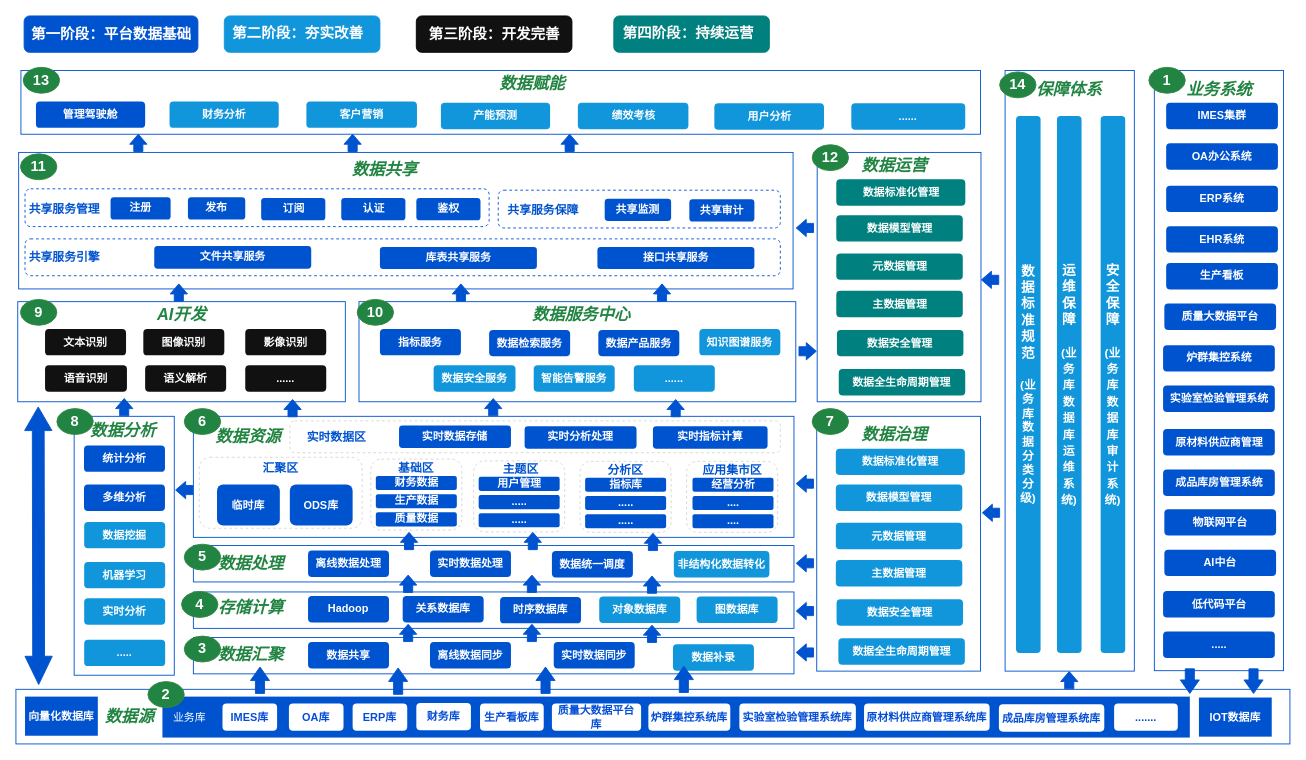
The draw.io diagram 数据.drawio in Niujieheng/GitHub_june, before the edit. Source tidied: cells renumbered, new cells numbered last; positions are measured from the earlier drawing's top-left corner, leaving out a move shared by most shapes. Both pictures are drawn from the tidied source at 91%, with x=0, y=0 at pixel (15, 15).
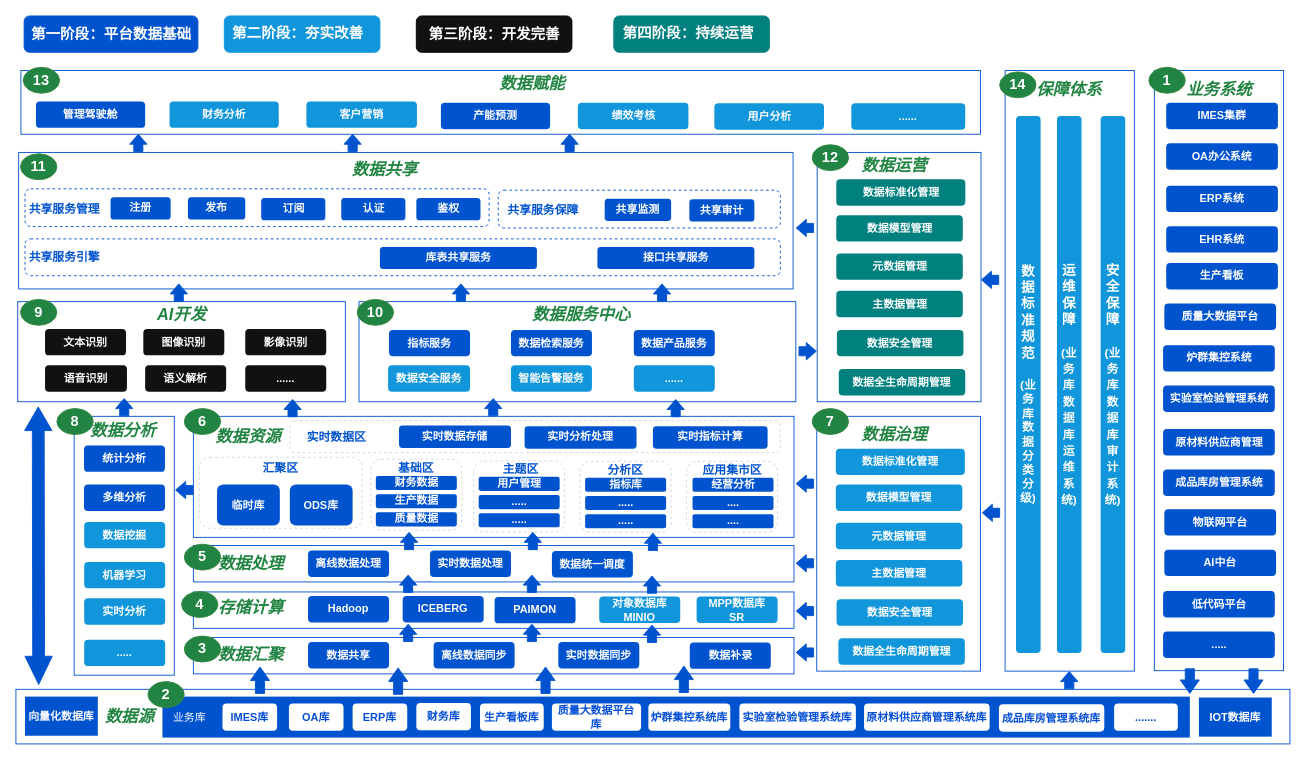
After the change.

What changed in the source:
```diff
@@
     <mxCell id="28" value="&lt;b style=&quot;color: rgb(255, 255, 255);&quot;&gt;离线数据同步&lt;/b&gt;" style="text;html=1;whiteSpace=wrap;strokeColor=none;fillColor=light-dark(#0053cf, #ededed);align=center;verticalAlign=middle;rounded=1;" parent="1" vertex="1">
-      <mxGeometry x="455" y="688" width="89" height="29" as="geometry" />
+      <mxGeometry x="459" y="688" width="89" height="29" as="geometry" />
     </mxCell>
     <mxCell id="29" value="&lt;font color=&quot;#ffffff&quot;&gt;&lt;b&gt;实时数据同步&lt;/b&gt;&lt;/font&gt;" style="text;html=1;whiteSpace=wrap;strokeColor=none;fillColor=light-dark(#0053cf, #ededed);align=center;verticalAlign=middle;rounded=1;" parent="1" vertex="1">
-      <mxGeometry x="591" y="688" width="89" height="29" as="geometry" />
+      <mxGeometry x="596" y="688" width="89" height="29" as="geometry" />
     </mxCell>
-    <mxCell id="30" value="&lt;font color=&quot;#ffffff&quot;&gt;&lt;b&gt;数据补录&lt;/b&gt;&lt;/font&gt;" style="text;html=1;whiteSpace=wrap;strokeColor=none;fillColor=light-dark(#1196db, #ededed);align=center;verticalAlign=middle;rounded=1;" parent="1" vertex="1">
-      <mxGeometry x="722" y="690.5" width="89" height="29" as="geometry" />
-    </mxCell>
@@
-    <mxCell id="34" value="&lt;b style=&quot;color: rgb(255, 255, 255);&quot;&gt;关系数据库&lt;/b&gt;" style="text;html=1;whiteSpace=wrap;strokeColor=none;fillColor=light-dark(#0053cf, #ededed);align=center;verticalAlign=middle;rounded=1;" parent="1" vertex="1">
+    <mxCell id="34" value="&lt;b style=&quot;color: rgb(255, 255, 255);&quot;&gt;ICEBERG&lt;/b&gt;" style="text;html=1;whiteSpace=wrap;strokeColor=none;fillColor=light-dark(#0053cf, #ededed);align=center;verticalAlign=middle;rounded=1;" parent="1" vertex="1">
       <mxGeometry x="425" y="637.5" width="89" height="29" as="geometry" />
     </mxCell>
-    <mxCell id="35" value="&lt;font color=&quot;#ffffff&quot;&gt;&lt;b&gt;时序数据库&lt;/b&gt;&lt;/font&gt;" style="text;html=1;whiteSpace=wrap;strokeColor=none;fillColor=light-dark(#0053cf, #ededed);align=center;verticalAlign=middle;rounded=1;" parent="1" vertex="1">
-      <mxGeometry x="532" y="638.5" width="89" height="29" as="geometry" />
-    </mxCell>
-    <mxCell id="36" value="&lt;font color=&quot;#ffffff&quot;&gt;&lt;b&gt;对象数据库&lt;/b&gt;&lt;/font&gt;" style="text;html=1;whiteSpace=wrap;strokeColor=none;fillColor=light-dark(#1196db, #ededed);align=center;verticalAlign=middle;rounded=1;" parent="1" vertex="1">
+    <mxCell id="36" value="&lt;font color=&quot;#ffffff&quot;&gt;&lt;b&gt;对象数据库MINIO&lt;/b&gt;&lt;/font&gt;" style="text;html=1;whiteSpace=wrap;strokeColor=none;fillColor=light-dark(#1196db, #ededed);align=center;verticalAlign=middle;rounded=1;" parent="1" vertex="1">
       <mxGeometry x="641" y="638" width="89" height="29" as="geometry" />
     </mxCell>
-    <mxCell id="37" value="&lt;font color=&quot;#ffffff&quot;&gt;&lt;b&gt;图数据库&lt;/b&gt;&lt;/font&gt;" style="text;html=1;whiteSpace=wrap;strokeColor=none;fillColor=light-dark(#1196db, #ededed);align=center;verticalAlign=middle;rounded=1;" parent="1" vertex="1">
+    <mxCell id="37" value="&lt;font color=&quot;#ffffff&quot;&gt;&lt;b&gt;MPP数据库&lt;/b&gt;&lt;/font&gt;&lt;div&gt;&lt;font color=&quot;#ffffff&quot;&gt;&lt;b&gt;SR&lt;/b&gt;&lt;/font&gt;&lt;/div&gt;" style="text;html=1;whiteSpace=wrap;strokeColor=none;fillColor=light-dark(#1196db, #ededed);align=center;verticalAlign=middle;rounded=1;" parent="1" vertex="1">
       <mxGeometry x="748" y="638" width="89" height="29" as="geometry" />
     </mxCell>
@@
-    <mxCell id="42" value="&lt;font color=&quot;#ffffff&quot;&gt;&lt;b&gt;非结构化数据转化&lt;/b&gt;&lt;/font&gt;" style="text;html=1;whiteSpace=wrap;strokeColor=none;fillColor=light-dark(#1196db, #ededed);align=center;verticalAlign=middle;rounded=1;" parent="1" vertex="1">
-      <mxGeometry x="723" y="588" width="105" height="29" as="geometry" />
-    </mxCell>
@@
     <mxCell id="70" value="&lt;font style=&quot;color: light-dark(rgb(255, 255, 255), rgb(237, 237, 237));&quot;&gt;&lt;b style=&quot;&quot;&gt;指标服务&lt;/b&gt;&lt;/font&gt;" style="text;html=1;whiteSpace=wrap;strokeColor=none;fillColor=light-dark(#0053cf, #ededed);align=center;verticalAlign=middle;rounded=1;" parent="1" vertex="1">
-      <mxGeometry x="400" y="344" width="89" height="29" as="geometry" />
+      <mxGeometry x="410" y="345" width="89" height="29" as="geometry" />
     </mxCell>
-    <mxCell id="71" value="&lt;b style=&quot;color: rgb(255, 255, 255);&quot;&gt;知识图谱服务&lt;/b&gt;" style="text;html=1;whiteSpace=wrap;strokeColor=none;fillColor=light-dark(#1196db, #ededed);align=center;verticalAlign=middle;rounded=1;" parent="1" vertex="1">
-      <mxGeometry x="751" y="344" width="89" height="29" as="geometry" />
-    </mxCell>
     <mxCell id="72" value="&lt;font color=&quot;#ffffff&quot;&gt;&lt;b&gt;数据安全服务&lt;/b&gt;&lt;/font&gt;" style="text;html=1;whiteSpace=wrap;strokeColor=none;fillColor=light-dark(#1196db, #ededed);align=center;verticalAlign=middle;rounded=1;" parent="1" vertex="1">
-      <mxGeometry x="459" y="384" width="90" height="29" as="geometry" />
+      <mxGeometry x="409" y="384" width="90" height="29" as="geometry" />
     </mxCell>
     <mxCell id="73" value="&lt;font color=&quot;#ffffff&quot;&gt;&lt;b&gt;智能告警服务&lt;/b&gt;&lt;/font&gt;" style="text;html=1;whiteSpace=wrap;strokeColor=none;fillColor=light-dark(#1196db, #ededed);align=center;verticalAlign=middle;rounded=1;" parent="1" vertex="1">
-      <mxGeometry x="569" y="384" width="89" height="29" as="geometry" />
+      <mxGeometry x="544" y="384" width="89" height="29" as="geometry" />
     </mxCell>
     <mxCell id="74" value="&lt;b style=&quot;color: rgb(255, 255, 255);&quot;&gt;数据检索服务&lt;/b&gt;" style="text;html=1;whiteSpace=wrap;strokeColor=none;fillColor=light-dark(#0053cf, #ededed);align=center;verticalAlign=middle;rounded=1;" parent="1" vertex="1">
-      <mxGeometry x="520" y="345" width="89" height="29" as="geometry" />
+      <mxGeometry x="544" y="345" width="89" height="29" as="geometry" />
     </mxCell>
@@
     <mxCell id="85" value="&lt;b style=&quot;color: rgb(255, 255, 255);&quot;&gt;数据产品服务&lt;/b&gt;" style="text;html=1;whiteSpace=wrap;strokeColor=none;fillColor=light-dark(#0053cf, #ededed);align=center;verticalAlign=middle;rounded=1;" parent="1" vertex="1">
-      <mxGeometry x="640" y="345" width="89" height="29" as="geometry" />
+      <mxGeometry x="679" y="345" width="89" height="29" as="geometry" />
     </mxCell>
@@
-    <mxCell id="119" value="&lt;font style=&quot;color: light-dark(rgb(255, 255, 255), rgb(237, 237, 237));&quot;&gt;&lt;b style=&quot;&quot;&gt;文件共享服务&lt;/b&gt;&lt;/font&gt;" style="text;html=1;whiteSpace=wrap;strokeColor=none;fillColor=light-dark(#0053cf, #ededed);align=center;verticalAlign=middle;rounded=1;" parent="1" vertex="1">
-      <mxGeometry x="152" y="252.8" width="172.5" height="25" as="geometry" />
-    </mxCell>
@@
-    <mxCell id="135" value="&lt;font color=&quot;#ffffff&quot;&gt;&lt;b&gt;产能预测&lt;/b&gt;&lt;/font&gt;" style="text;html=1;whiteSpace=wrap;strokeColor=none;fillColor=light-dark(#1196db, #ededed);align=center;verticalAlign=middle;rounded=1;" parent="1" vertex="1">
+    <mxCell id="135" value="&lt;font color=&quot;#ffffff&quot;&gt;&lt;b&gt;产能预测&lt;/b&gt;&lt;/font&gt;" style="text;html=1;whiteSpace=wrap;strokeColor=none;fillColor=light-dark(#0053cf, #ededed);align=center;verticalAlign=middle;rounded=1;" parent="1" vertex="1">
       <mxGeometry x="467" y="95.5" width="120" height="29" as="geometry" />
     </mxCell>
@@
+    <mxCell id="30" value="&lt;b style=&quot;color: rgb(255, 255, 255);&quot;&gt;数据补录&lt;/b&gt;" style="text;html=1;whiteSpace=wrap;strokeColor=none;fillColor=light-dark(#0053cf, #ededed);align=center;verticalAlign=middle;rounded=1;" parent="1" vertex="1">
+      <mxGeometry x="740.5" y="688.5" width="89" height="29" as="geometry" />
+    </mxCell>
+    <mxCell id="246" value="&lt;font color=&quot;#ffffff&quot;&gt;&lt;b&gt;PAIMON&lt;/b&gt;&lt;/font&gt;" style="text;html=1;whiteSpace=wrap;strokeColor=none;fillColor=light-dark(#0053cf, #ededed);align=center;verticalAlign=middle;rounded=1;" parent="1" vertex="1">
+      <mxGeometry x="526" y="638.5" width="89" height="29" as="geometry" />
+    </mxCell>
```
